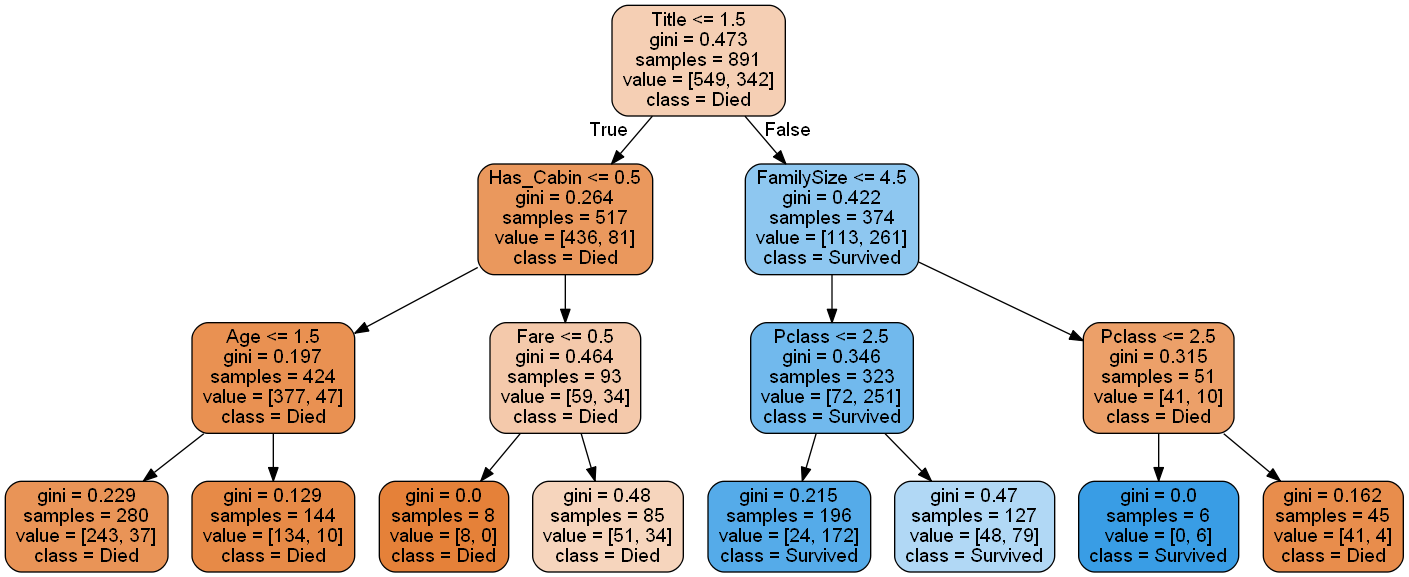
The Graphviz diagram titanic/tree1.png in aruna-h/machine-learning, before a commit. Its source is kept beside it as titanic/tree1.dot. Source of this version:
```dot
digraph Tree {
node [shape=box, style="filled, rounded", color="black", fontname=helvetica] ;
edge [fontname=helvetica] ;
0 [label="Title <= 1.5\ngini = 0.473\nsamples = 891\nvalue = [549, 342]\nclass = Died", fillcolor="#e5813960"] ;
1 [label="Has_Cabin <= 0.5\ngini = 0.264\nsamples = 517\nvalue = [436, 81]\nclass = Died", fillcolor="#e58139d0"] ;
0 -> 1 [labeldistance=2.5, labelangle=45, headlabel="True"] ;
2 [label="Pclass <= 1.5\ngini = 0.197\nsamples = 424\nvalue = [377, 47]\nclass = Died", fillcolor="#e58139df"] ;
1 -> 2 ;
3 [label="gini = 0.351\nsamples = 22\nvalue = [17, 5]\nclass = Died", fillcolor="#e58139b4"] ;
2 -> 3 ;
4 [label="gini = 0.187\nsamples = 402\nvalue = [360, 42]\nclass = Died", fillcolor="#e58139e1"] ;
2 -> 4 ;
5 [label="Fare <= 0.5\ngini = 0.464\nsamples = 93\nvalue = [59, 34]\nclass = Died", fillcolor="#e581396c"] ;
1 -> 5 ;
6 [label="gini = 0.0\nsamples = 8\nvalue = [8, 0]\nclass = Died", fillcolor="#e58139ff"] ;
5 -> 6 ;
7 [label="gini = 0.48\nsamples = 85\nvalue = [51, 34]\nclass = Died", fillcolor="#e5813955"] ;
5 -> 7 ;
8 [label="FamilySize <= 4.5\ngini = 0.422\nsamples = 374\nvalue = [113, 261]\nclass = Survived", fillcolor="#399de591"] ;
0 -> 8 [labeldistance=2.5, labelangle=-45, headlabel="False"] ;
9 [label="Pclass <= 2.5\ngini = 0.346\nsamples = 323\nvalue = [72, 251]\nclass = Survived", fillcolor="#399de5b6"] ;
8 -> 9 ;
10 [label="gini = 0.215\nsamples = 196\nvalue = [24, 172]\nclass = Survived", fillcolor="#399de5db"] ;
9 -> 10 ;
11 [label="gini = 0.47\nsamples = 127\nvalue = [48, 79]\nclass = Survived", fillcolor="#399de564"] ;
9 -> 11 ;
12 [label="Pclass <= 2.5\ngini = 0.315\nsamples = 51\nvalue = [41, 10]\nclass = Died", fillcolor="#e58139c1"] ;
8 -> 12 ;
13 [label="gini = 0.0\nsamples = 6\nvalue = [0, 6]\nclass = Survived", fillcolor="#399de5ff"] ;
12 -> 13 ;
14 [label="gini = 0.162\nsamples = 45\nvalue = [41, 4]\nclass = Died", fillcolor="#e58139e6"] ;
12 -> 14 ;
}
```
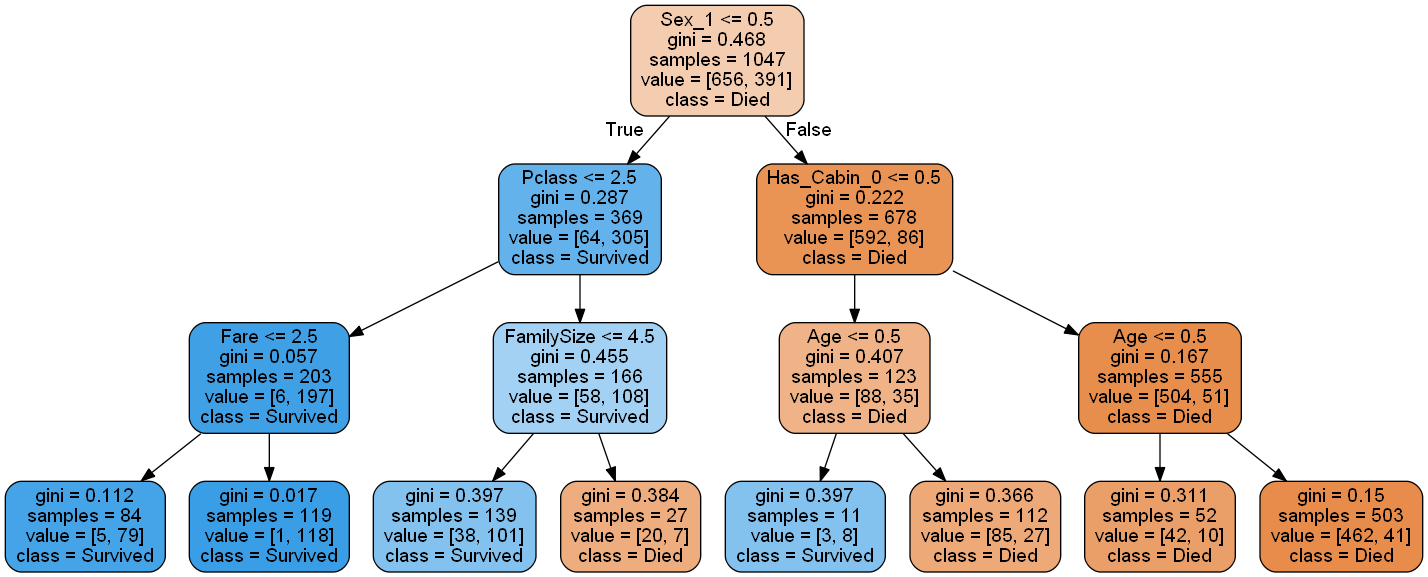
After the change.

The edit, as a diff of the source:
```diff
@@ -1,33 +1,33 @@
 digraph Tree {
 node [shape=box, style="filled, rounded", color="black", fontname=helvetica] ;
 edge [fontname=helvetica] ;
-0 [label="Title <= 1.5\ngini = 0.473\nsamples = 891\nvalue = [549, 342]\nclass = Died", fillcolor="#e5813960"] ;
-1 [label="Has_Cabin <= 0.5\ngini = 0.264\nsamples = 517\nvalue = [436, 81]\nclass = Died", fillcolor="#e58139d0"] ;
+0 [label="Sex_0 <= 0.5\ngini = 0.468\nsamples = 1047\nvalue = [656, 391]\nclass = Died", fillcolor="#e5813967"] ;
+1 [label="Has_Cabin_1 <= 0.5\ngini = 0.222\nsamples = 678\nvalue = [592, 86]\nclass = Died", fillcolor="#e58139da"] ;
 0 -> 1 [labeldistance=2.5, labelangle=45, headlabel="True"] ;
-2 [label="Pclass <= 1.5\ngini = 0.197\nsamples = 424\nvalue = [377, 47]\nclass = Died", fillcolor="#e58139df"] ;
+2 [label="Age <= 0.5\ngini = 0.167\nsamples = 555\nvalue = [504, 51]\nclass = Died", fillcolor="#e58139e5"] ;
 1 -> 2 ;
-3 [label="gini = 0.351\nsamples = 22\nvalue = [17, 5]\nclass = Died", fillcolor="#e58139b4"] ;
+3 [label="gini = 0.353\nsamples = 48\nvalue = [37, 11]\nclass = Died", fillcolor="#e58139b3"] ;
 2 -> 3 ;
-4 [label="gini = 0.187\nsamples = 402\nvalue = [360, 42]\nclass = Died", fillcolor="#e58139e1"] ;
+4 [label="gini = 0.145\nsamples = 507\nvalue = [467, 40]\nclass = Died", fillcolor="#e58139e9"] ;
 2 -> 4 ;
-5 [label="Fare <= 0.5\ngini = 0.464\nsamples = 93\nvalue = [59, 34]\nclass = Died", fillcolor="#e581396c"] ;
+5 [label="Age <= 0.5\ngini = 0.407\nsamples = 123\nvalue = [88, 35]\nclass = Died", fillcolor="#e581399a"] ;
 1 -> 5 ;
-6 [label="gini = 0.0\nsamples = 8\nvalue = [8, 0]\nclass = Died", fillcolor="#e58139ff"] ;
+6 [label="gini = 0.42\nsamples = 10\nvalue = [3, 7]\nclass = Survived", fillcolor="#399de592"] ;
 5 -> 6 ;
-7 [label="gini = 0.48\nsamples = 85\nvalue = [51, 34]\nclass = Died", fillcolor="#e5813955"] ;
+7 [label="gini = 0.373\nsamples = 113\nvalue = [85, 28]\nclass = Died", fillcolor="#e58139ab"] ;
 5 -> 7 ;
-8 [label="FamilySize <= 4.5\ngini = 0.422\nsamples = 374\nvalue = [113, 261]\nclass = Survived", fillcolor="#399de591"] ;
+8 [label="Pclass <= 2.5\ngini = 0.287\nsamples = 369\nvalue = [64, 305]\nclass = Survived", fillcolor="#399de5c9"] ;
 0 -> 8 [labeldistance=2.5, labelangle=-45, headlabel="False"] ;
-9 [label="Pclass <= 2.5\ngini = 0.346\nsamples = 323\nvalue = [72, 251]\nclass = Survived", fillcolor="#399de5b6"] ;
+9 [label="Fare <= 2.5\ngini = 0.057\nsamples = 203\nvalue = [6, 197]\nclass = Survived", fillcolor="#399de5f7"] ;
 8 -> 9 ;
-10 [label="gini = 0.215\nsamples = 196\nvalue = [24, 172]\nclass = Survived", fillcolor="#399de5db"] ;
+10 [label="gini = 0.112\nsamples = 84\nvalue = [5, 79]\nclass = Survived", fillcolor="#399de5ef"] ;
 9 -> 10 ;
-11 [label="gini = 0.47\nsamples = 127\nvalue = [48, 79]\nclass = Survived", fillcolor="#399de564"] ;
+11 [label="gini = 0.017\nsamples = 119\nvalue = [1, 118]\nclass = Survived", fillcolor="#399de5fd"] ;
 9 -> 11 ;
-12 [label="Pclass <= 2.5\ngini = 0.315\nsamples = 51\nvalue = [41, 10]\nclass = Died", fillcolor="#e58139c1"] ;
+12 [label="FamilySize <= 4.5\ngini = 0.455\nsamples = 166\nvalue = [58, 108]\nclass = Survived", fillcolor="#399de576"] ;
 8 -> 12 ;
-13 [label="gini = 0.0\nsamples = 6\nvalue = [0, 6]\nclass = Survived", fillcolor="#399de5ff"] ;
+13 [label="gini = 0.397\nsamples = 139\nvalue = [38, 101]\nclass = Survived", fillcolor="#399de59f"] ;
 12 -> 13 ;
-14 [label="gini = 0.162\nsamples = 45\nvalue = [41, 4]\nclass = Died", fillcolor="#e58139e6"] ;
+14 [label="gini = 0.384\nsamples = 27\nvalue = [20, 7]\nclass = Died", fillcolor="#e58139a6"] ;
 12 -> 14 ;
 }
```
